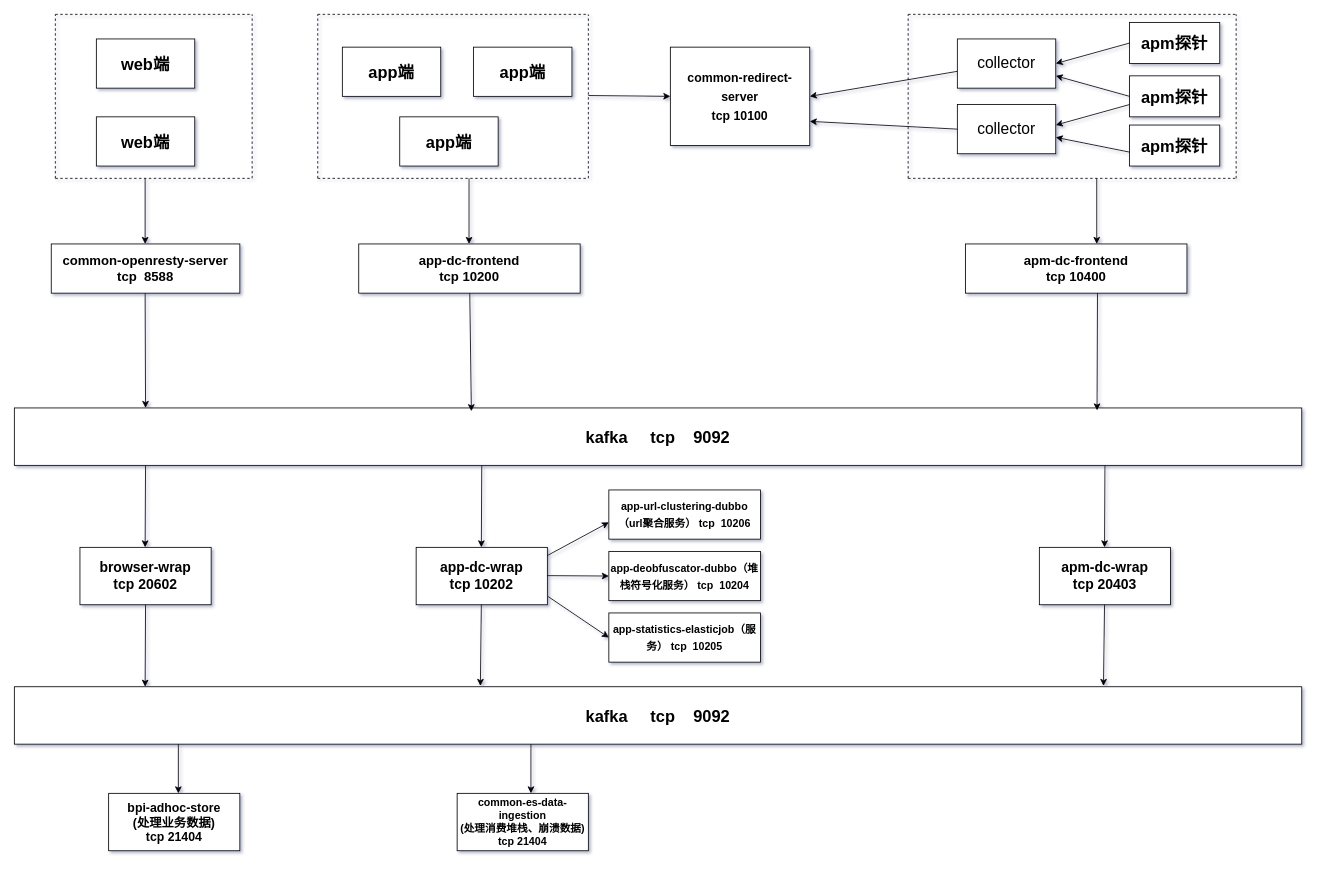
Before: 未命名绘图.drawio in zeng0550/free-programming-books, a draw.io diagram. Source tidied: cells renumbered, new cells numbered last; positions are measured from the earlier drawing's top-left corner, leaving out a move shared by most shapes. Both pictures are drawn from the tidied source at 82%, with x=0, y=0 at pixel (14, 14).
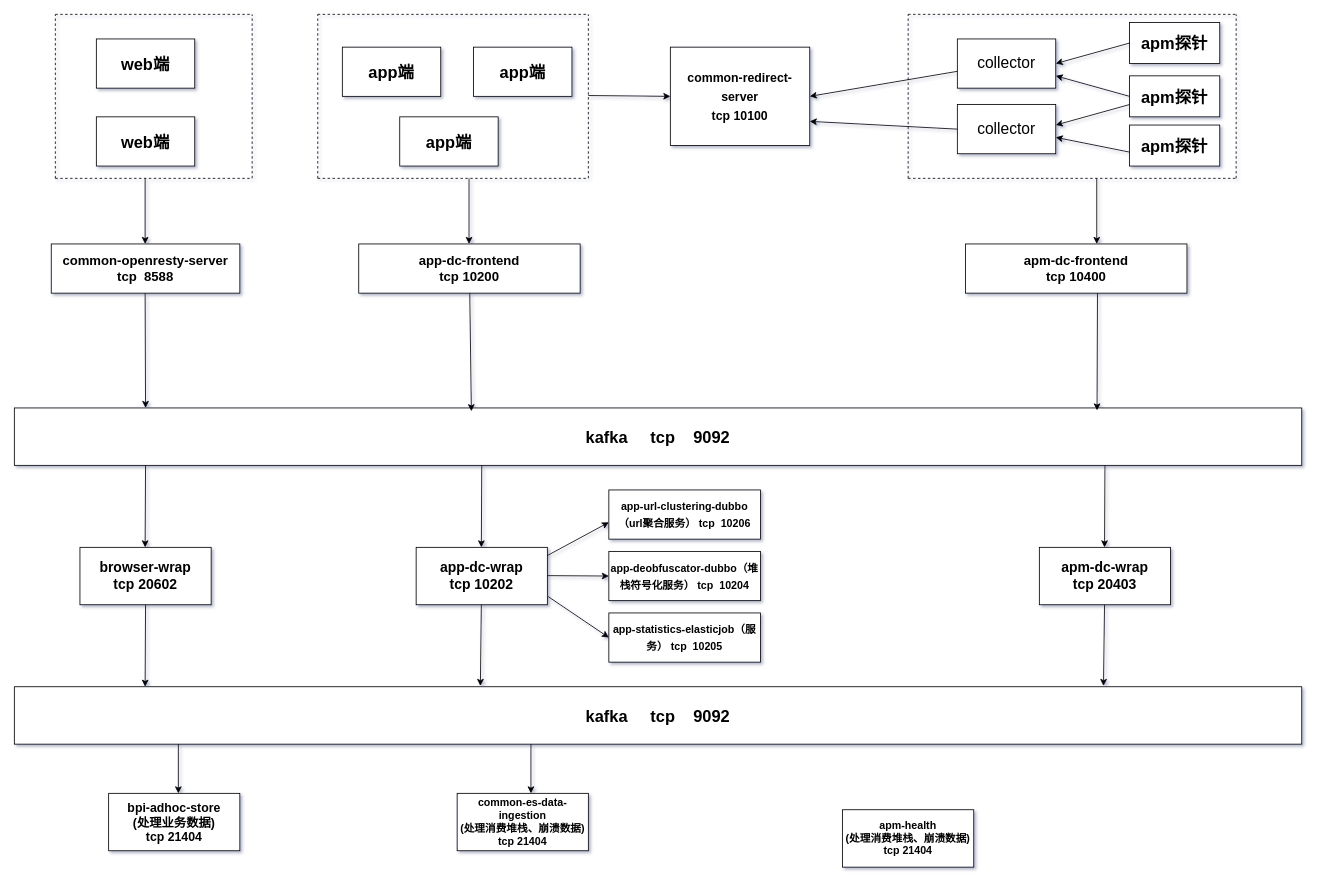
The same diagram, later.

Commit message:
更新未命名绘图.drawio

The edit, as a diff of the source:
```diff
@@
+    <mxCell id="62" value="&lt;font style=&quot;font-size: 13px&quot;&gt;&lt;b&gt;apm-health&lt;/b&gt;&lt;br&gt;&lt;b&gt;(处理消费堆栈、崩溃数据)&lt;br&gt;tcp 21404&lt;/b&gt;&lt;br&gt;&lt;/font&gt;" style="rounded=0;whiteSpace=wrap;html=1;" parent="1" vertex="1">
+      <mxGeometry x="1010" y="970" width="160" height="70" as="geometry" />
+    </mxCell>
```
